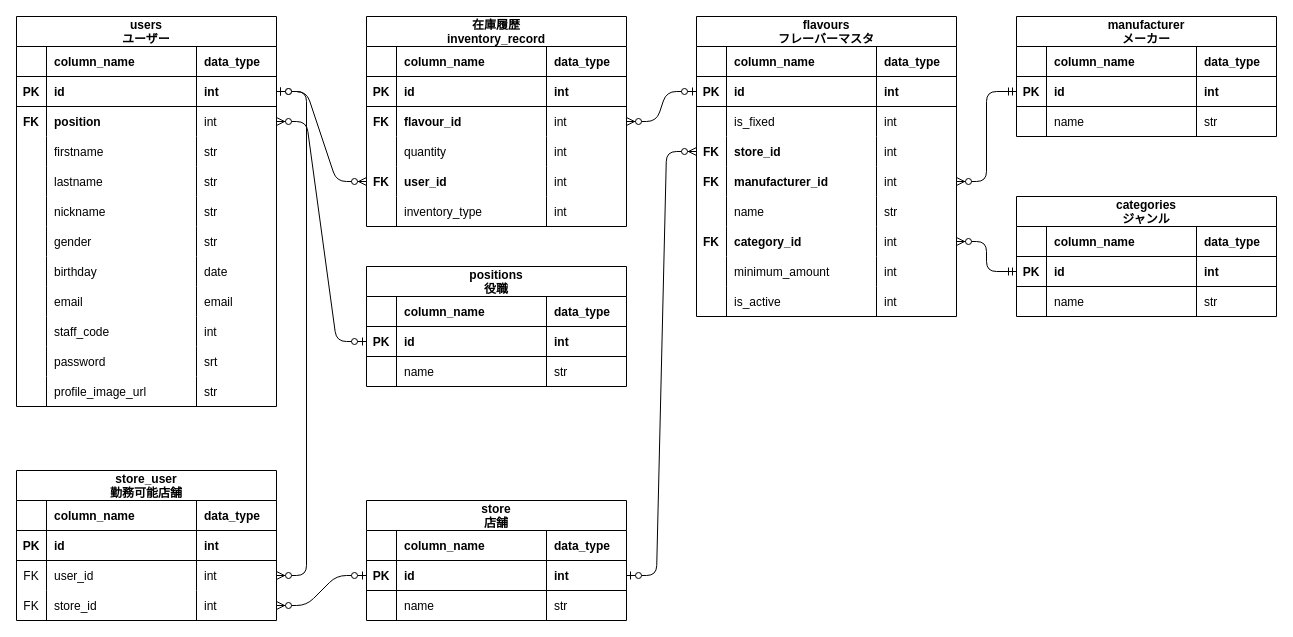
The draw.io diagram document/er_diagram.dio in octopus-software/mosh, before the edit. Source tidied: cells renumbered, new cells numbered last; positions are measured from the earlier drawing's top-left corner, leaving out a move shared by most shapes. Both pictures are drawn from the tidied source at 100%, with x=0, y=0 at pixel (16, 16).
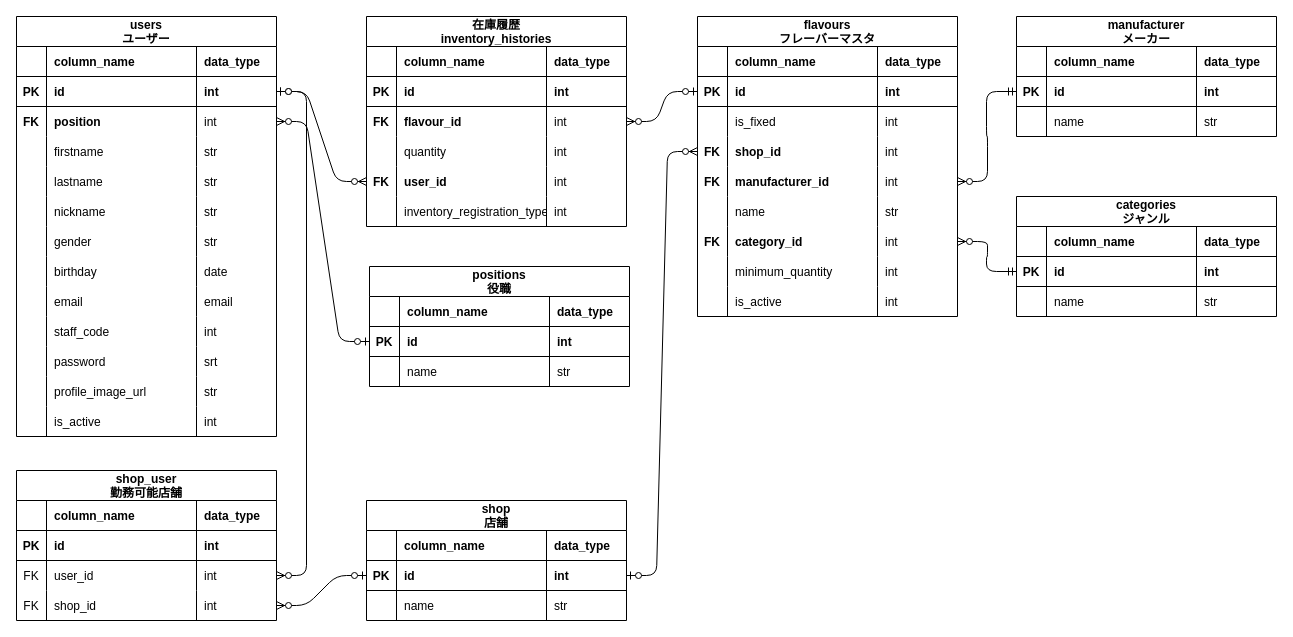
Above is the later version.

The change refers to these unchanged cells:
```xml
<mxCell id="77" style="shape=tableRow;horizontal=0;startSize=0;swimlaneHead=0;swimlaneBody=0;fillColor=none;points=[[0,0.5],[1,0.5]];portConstraint=eastwest;top=0;left=0;right=0;bottom=0;" parent="64" vertex="1">
  <mxGeometry y="120" width="260" height="30" as="geometry" />
</mxCell>
<mxCell id="93" style="shape=tableRow;horizontal=0;startSize=0;swimlaneHead=0;swimlaneBody=0;fillColor=none;top=0;left=0;right=0;bottom=0;" parent="64" vertex="1">
  <mxGeometry y="240" width="260" height="30" as="geometry" />
</mxCell>
<mxCell id="136" style="shape=tableRow;horizontal=0;startSize=0;swimlaneHead=0;swimlaneBody=0;fillColor=none;top=0;left=0;right=0;bottom=0;" parent="115" vertex="1">
  <mxGeometry y="180" width="260" height="30" as="geometry" />
</mxCell>
<mxCell id="169" style="shape=tableRow;horizontal=0;startSize=0;swimlaneHead=0;swimlaneBody=0;fillColor=none;points=[[0,0.5],[1,0.5]];portConstraint=eastwest;top=0;left=0;right=0;bottom=0;" parent="156" vertex="1">
  <mxGeometry y="120" width="260" height="30" as="geometry" />
</mxCell>
```

Change to the diagram source:
```diff
@@
     <mxCell id="2" value="users&#10;ユーザー" style="shape=table;startSize=30;childLayout=tableLayout;rowLines=0;fontStyle=1;align=center;" parent="1" vertex="1">
-      <mxGeometry width="260" height="390" as="geometry" />
+      <mxGeometry width="260" height="420" as="geometry" />
     </mxCell>
@@
+    <mxCell id="190" style="shape=tableRow;horizontal=0;startSize=0;swimlaneHead=0;swimlaneBody=0;fillColor=none;top=0;left=0;right=0;bottom=0;" parent="2" vertex="1">
+      <mxGeometry y="390" width="260" height="30" as="geometry" />
+    </mxCell>
+    <mxCell id="191" style="shape=partialRectangle;fillColor=none;top=0;left=0;bottom=0;right=0;overflow=hidden;" parent="190" vertex="1">
+      <mxGeometry width="30" height="30" as="geometry" />
+    </mxCell>
+    <mxCell id="192" value="is_active" style="shape=partialRectangle;fillColor=none;top=0;left=0;bottom=0;right=0;align=left;spacingLeft=6;overflow=hidden;" parent="190" vertex="1">
+      <mxGeometry x="30" width="150" height="30" as="geometry" />
+    </mxCell>
+    <mxCell id="193" value="int" style="shape=partialRectangle;fillColor=none;top=0;left=0;bottom=0;right=0;align=left;spacingLeft=6;overflow=hidden;" parent="190" vertex="1">
+      <mxGeometry x="180" width="80" height="30" as="geometry" />
+    </mxCell>
-    <mxCell id="51" value="store&#10;店舗" style="shape=table;startSize=30;childLayout=tableLayout;rowLines=0;fontStyle=1;align=center;" parent="1" vertex="1">
+    <mxCell id="51" value="shop&#10;店舗" style="shape=table;startSize=30;childLayout=tableLayout;rowLines=0;fontStyle=1;align=center;" parent="1" vertex="1">
       <mxGeometry x="350" y="484" width="260" height="120" as="geometry" />
     </mxCell>
@@
     <mxCell id="64" value="flavours&#10;フレーバーマスタ" style="shape=table;startSize=30;childLayout=tableLayout;rowLines=0;fontStyle=1;align=center;" parent="1" vertex="1">
-      <mxGeometry x="680" width="260" height="300" as="geometry" />
+      <mxGeometry x="681" width="260" height="300" as="geometry" />
     </mxCell>
@@
-    <mxCell id="79" value="store_id" style="shape=partialRectangle;fillColor=none;top=0;left=0;bottom=0;right=0;align=left;spacingLeft=6;overflow=hidden;fontStyle=1;" parent="77" vertex="1">
+    <mxCell id="79" value="shop_id" style="shape=partialRectangle;fillColor=none;top=0;left=0;bottom=0;right=0;align=left;spacingLeft=6;overflow=hidden;fontStyle=1;" parent="77" vertex="1">
       <mxGeometry x="30" width="150" height="30" as="geometry" />
     </mxCell>
@@
-    <mxCell id="95" value="minimum_amount" style="shape=partialRectangle;fillColor=none;top=0;left=0;bottom=0;right=0;align=left;spacingLeft=6;overflow=hidden;fontStyle=0;" parent="93" vertex="1">
+    <mxCell id="95" value="minimum_quantity" style="shape=partialRectangle;fillColor=none;top=0;left=0;bottom=0;right=0;align=left;spacingLeft=6;overflow=hidden;fontStyle=0;" parent="93" vertex="1">
       <mxGeometry x="30" width="150" height="30" as="geometry" />
     </mxCell>
@@
-    <mxCell id="115" value="在庫履歴&#10;inventory_record" style="shape=table;startSize=30;childLayout=tableLayout;rowLines=0;fontStyle=1;align=center;" parent="1" vertex="1">
+    <mxCell id="115" value="在庫履歴&#10;inventory_histories" style="shape=table;startSize=30;childLayout=tableLayout;rowLines=0;fontStyle=1;align=center;" parent="1" vertex="1">
       <mxGeometry x="350" width="260" height="210" as="geometry" />
     </mxCell>
@@
-    <mxCell id="138" value="inventory_type" style="shape=partialRectangle;fillColor=none;top=0;left=0;bottom=0;right=0;align=left;spacingLeft=6;overflow=hidden;fontStyle=0;" parent="136" vertex="1">
+    <mxCell id="138" value="inventory_registration_type" style="shape=partialRectangle;fillColor=none;top=0;left=0;bottom=0;right=0;align=left;spacingLeft=6;overflow=hidden;fontStyle=0;" parent="136" vertex="1">
       <mxGeometry x="30" width="150" height="30" as="geometry" />
     </mxCell>
@@
     <mxCell id="142" value="positions&#10;役職" style="shape=table;startSize=30;childLayout=tableLayout;rowLines=0;fontStyle=1;align=center;" parent="1" vertex="1">
-      <mxGeometry x="350" y="250" width="260" height="120" as="geometry" />
+      <mxGeometry x="353" y="250" width="260" height="120" as="geometry" />
     </mxCell>
@@
-    <mxCell id="156" value="store_user&#10;勤務可能店舗" style="shape=table;startSize=30;childLayout=tableLayout;rowLines=0;fontStyle=1;align=center;" parent="1" vertex="1">
+    <mxCell id="156" value="shop_user&#10;勤務可能店舗" style="shape=table;startSize=30;childLayout=tableLayout;rowLines=0;fontStyle=1;align=center;" parent="1" vertex="1">
       <mxGeometry y="454" width="260" height="150" as="geometry" />
     </mxCell>
@@
-    <mxCell id="171" value="store_id" style="shape=partialRectangle;fillColor=none;top=0;left=0;bottom=0;right=0;align=left;spacingLeft=6;overflow=hidden;" parent="169" vertex="1">
+    <mxCell id="171" value="shop_id" style="shape=partialRectangle;fillColor=none;top=0;left=0;bottom=0;right=0;align=left;spacingLeft=6;overflow=hidden;" parent="169" vertex="1">
       <mxGeometry x="30" width="150" height="30" as="geometry" />
     </mxCell>
```
